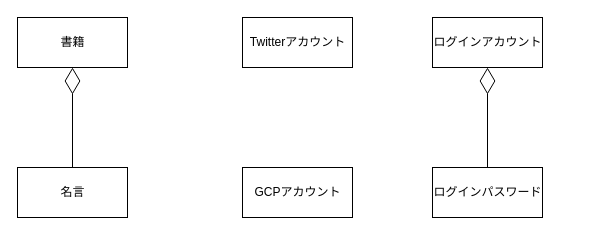
Above: docs/ICONIX/DomainModel.drawio in yasugahira0810/kotodama (draw.io), before the change. Source tidied: cells renumbered, new cells numbered last; positions are measured from the earlier drawing's top-left corner, leaving out a move shared by most shapes. Both pictures are drawn from the tidied source at 100%, with x=0, y=0 at pixel (17, 17).
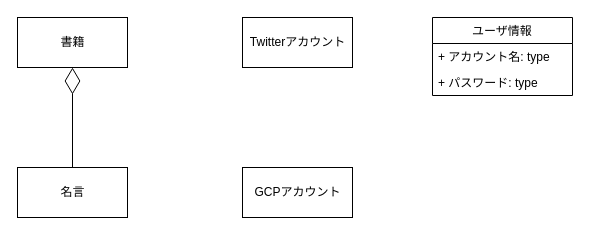
Above is the later version.

Commit message (it also covers changes not shown here):
Add ScreenFlowDiagram as kamishibai(10m)

Diff of the diagram source:
```diff
@@
 <mxGraphModel>
   <root>
     <mxCell id="0" />
     <mxCell id="1" parent="0" />
     <mxCell id="2" value="名言" style="html=1;" parent="1" vertex="1">
       <mxGeometry y="150" width="110" height="50" as="geometry" />
     </mxCell>
     <mxCell id="3" style="endArrow=diamondThin;endFill=0;endSize=24;html=1;entryX=0.5;entryY=1;entryDx=0;entryDy=0;exitX=0.5;exitY=0;exitDx=0;exitDy=0;" parent="1" edge="1" source="2" target="5">
       <mxGeometry relative="1" as="geometry" />
     </mxCell>
     <mxCell id="4" value="Twitterアカウント" style="html=1;" parent="1" vertex="1">
       <mxGeometry x="225" width="110" height="50" as="geometry" />
     </mxCell>
     <mxCell id="5" value="書籍" style="html=1;" parent="1" vertex="1">
       <mxGeometry width="110" height="50" as="geometry" />
     </mxCell>
     <mxCell id="6" value="GCPアカウント" style="html=1;" parent="1" vertex="1">
       <mxGeometry x="225" y="150" width="110" height="50" as="geometry" />
     </mxCell>
-    <mxCell id="7" value="ログインアカウント" style="html=1;" parent="1" vertex="1">
-      <mxGeometry x="415" width="110" height="50" as="geometry" />
-    </mxCell>
-    <mxCell id="8" value="ログインパスワード" style="html=1;" parent="1" vertex="1">
-      <mxGeometry x="415" y="150" width="110" height="50" as="geometry" />
-    </mxCell>
-    <mxCell id="9" style="endArrow=diamondThin;endFill=0;endSize=24;html=1;entryX=0.5;entryY=1;entryDx=0;entryDy=0;exitX=0.5;exitY=0;exitDx=0;exitDy=0;" parent="1" edge="1" source="8" target="7">
-      <mxGeometry relative="1" as="geometry" />
-    </mxCell>
+    <mxCell id="10" value="ユーザ情報" style="swimlane;fontStyle=0;horizontal=1;startSize=26;fillColor=none;" parent="1" vertex="1">
+      <mxGeometry x="415" width="140" height="78" as="geometry" />
+    </mxCell>
+    <mxCell id="11" value="+ アカウント名: type" style="text;strokeColor=none;fillColor=none;align=left;verticalAlign=top;spacingLeft=4;spacingRight=4;overflow=hidden;" parent="10" vertex="1">
+      <mxGeometry y="26" width="140" height="26" as="geometry" />
+    </mxCell>
+    <mxCell id="12" value="+ パスワード: type" style="text;strokeColor=none;fillColor=none;align=left;verticalAlign=top;spacingLeft=4;spacingRight=4;overflow=hidden;" parent="10" vertex="1">
+      <mxGeometry y="52" width="140" height="26" as="geometry" />
+    </mxCell>
   </root>
 </mxGraphModel>
```
